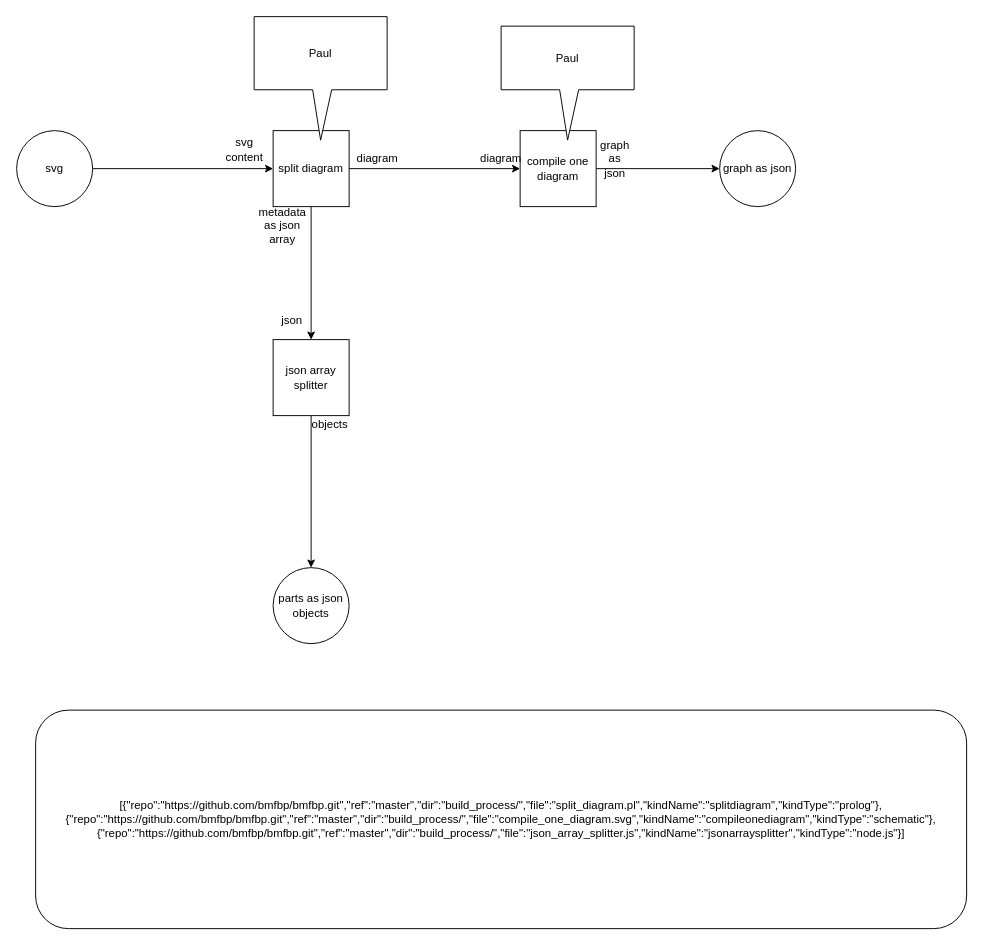
Earlier version of the draw.io diagram page "compile_composite.svg" (3 of 3) of build_process/build_process.drawio (bmfbp/bmfbp). Source tidied: cells renumbered, new cells numbered last; positions are measured from the earlier drawing's top-left corner, leaving out a move shared by most shapes. Both pictures are drawn from the tidied source at 95%, with x=0, y=0 at pixel (16, 16).
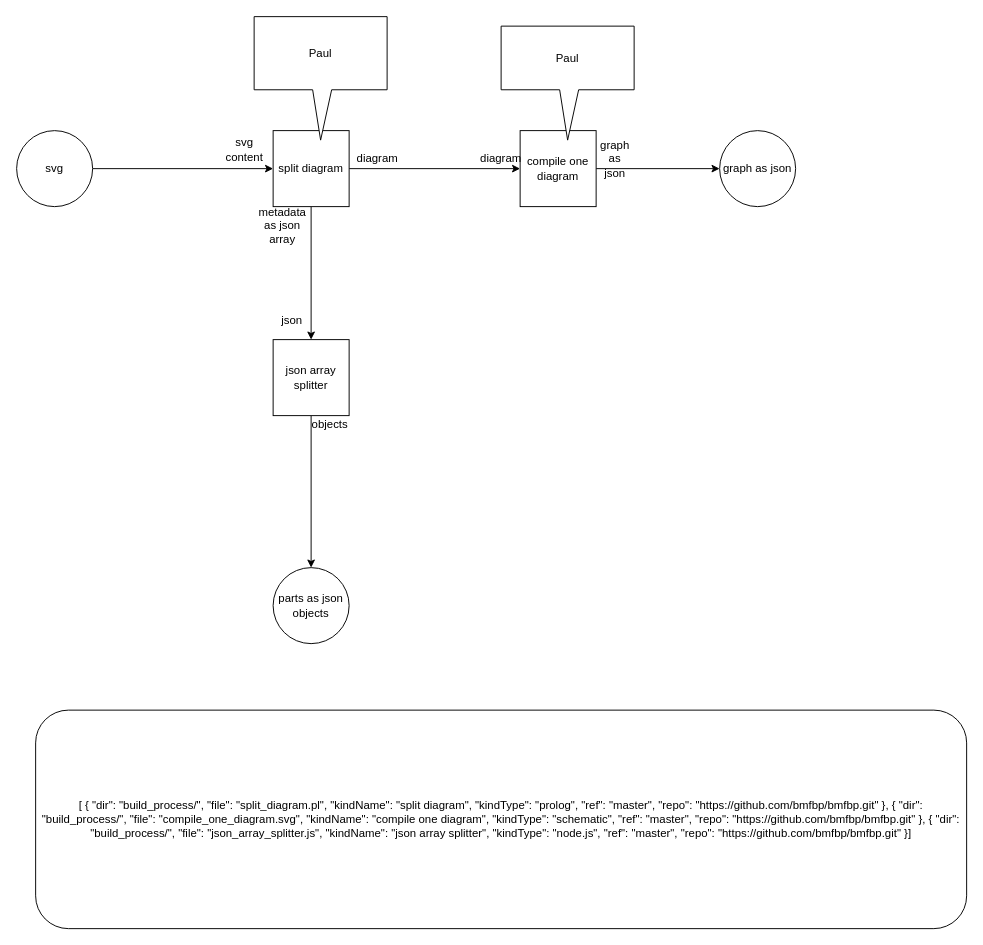
Above is the later version.

The edit, as a diff of the source:
```diff
@@
-    <mxCell id="22" value="&lt;span&gt;[{&quot;repo&quot;:&quot;https://github.com/bmfbp/bmfbp.git&quot;,&quot;ref&quot;:&quot;master&quot;,&quot;dir&quot;:&quot;build_process/&quot;,&quot;file&quot;:&quot;split_diagram.pl&quot;,&quot;kindName&quot;:&quot;splitdiagram&quot;,&quot;kindType&quot;:&quot;prolog&quot;},{&quot;repo&quot;:&quot;https://github.com/bmfbp/bmfbp.git&quot;,&quot;ref&quot;:&quot;master&quot;,&quot;dir&quot;:&quot;build_process/&quot;,&quot;file&quot;:&quot;compile_one_diagram.svg&quot;,&quot;kindName&quot;:&quot;compileonediagram&quot;,&quot;kindType&quot;:&quot;schematic&quot;},{&quot;repo&quot;:&quot;https://github.com/bmfbp/bmfbp.git&quot;,&quot;ref&quot;:&quot;master&quot;,&quot;dir&quot;:&quot;build_process/&quot;,&quot;file&quot;:&quot;json_array_splitter.js&quot;,&quot;kindName&quot;:&quot;jsonarraysplitter&quot;,&quot;kindType&quot;:&quot;node.js&quot;}]&lt;/span&gt;" style="rounded=1;whiteSpace=wrap;html=1;" parent="1" vertex="1">
+    <mxCell id="22" value="&lt;span&gt;[ { &quot;dir&quot;: &quot;build_process/&quot;, &quot;file&quot;: &quot;split_diagram.pl&quot;, &quot;kindName&quot;: &quot;split diagram&quot;, &quot;kindType&quot;: &quot;prolog&quot;, &quot;ref&quot;: &quot;master&quot;, &quot;repo&quot;: &quot;https://github.com/bmfbp/bmfbp.git&quot; }, { &quot;dir&quot;: &quot;build_process/&quot;, &quot;file&quot;: &quot;compile_one_diagram.svg&quot;, &quot;kindName&quot;: &quot;compile one diagram&quot;, &quot;kindType&quot;: &quot;schematic&quot;, &quot;ref&quot;: &quot;master&quot;, &quot;repo&quot;: &quot;https://github.com/bmfbp/bmfbp.git&quot; }, { &quot;dir&quot;: &quot;build_process/&quot;, &quot;file&quot;: &quot;json_array_splitter.js&quot;, &quot;kindName&quot;: &quot;json array splitter&quot;, &quot;kindType&quot;: &quot;node.js&quot;, &quot;ref&quot;: &quot;master&quot;, &quot;repo&quot;: &quot;https://github.com/bmfbp/bmfbp.git&quot; }]&lt;/span&gt;" style="rounded=1;whiteSpace=wrap;html=1;" parent="1" vertex="1">
       <mxGeometry x="20" y="730" width="980" height="230" as="geometry" />
     </mxCell>
```
